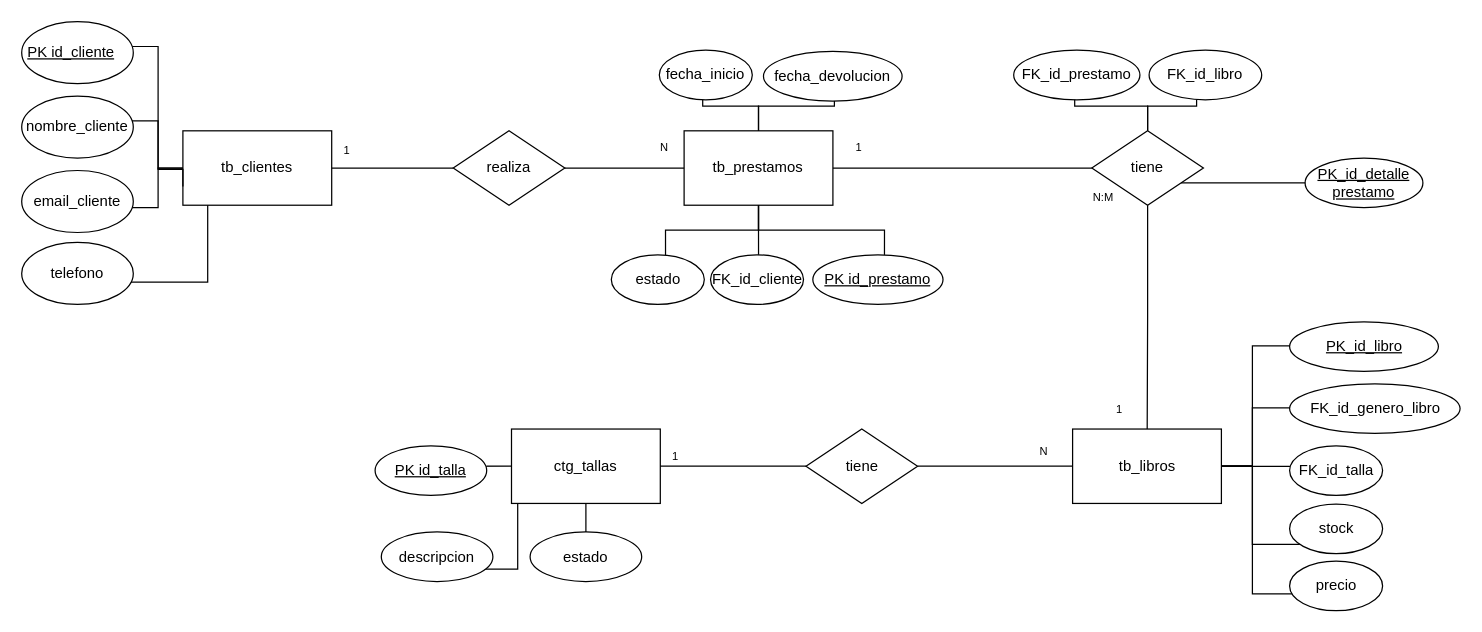
Before: PERFILES/PERFIL 3/libro_express.drawio in L3AC/DB_Will_MD1, a draw.io diagram. Source tidied: cells renumbered, new cells numbered last; positions are measured from the earlier drawing's top-left corner, leaving out a move shared by most shapes. Both pictures are drawn from the tidied source at 124%, with x=0, y=0 at pixel (21, 21).
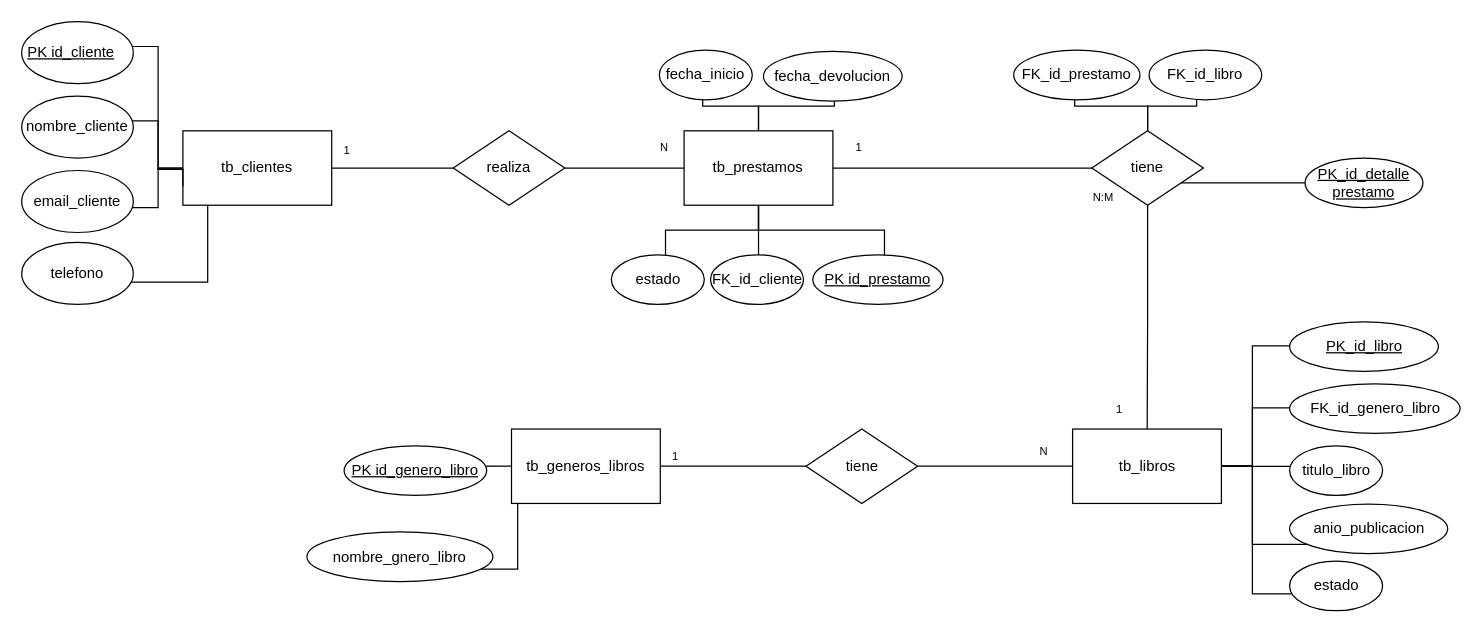
After the change.

What changed in the source:
```diff
@@
-    <mxCell id="14" value="ctg_tallas" style="rounded=0;whiteSpace=wrap;html=1;" parent="1" vertex="1">
+    <mxCell id="14" value="tb_generos_libros" style="rounded=0;whiteSpace=wrap;html=1;" parent="1" vertex="1">
       <mxGeometry x="395" y="328.5" width="120" height="60" as="geometry" />
     </mxCell>
@@
-    <mxCell id="30" style="edgeStyle=orthogonalEdgeStyle;rounded=0;jettySize=auto;html=1;entryX=0.5;entryY=0.75;entryDx=0;entryDy=0;entryPerimeter=0;" parent="1" edge="1" source="14" target="48">
-      <mxGeometry relative="1" as="geometry" />
-    </mxCell>
@@
-    <mxCell id="42" value="stock" style="ellipse;whiteSpace=wrap;html=1;" parent="1" vertex="1">
-      <mxGeometry x="1022.5" y="389" width="75" height="40" as="geometry" />
+    <mxCell id="42" value="anio_publicacion" style="ellipse;whiteSpace=wrap;html=1;" parent="1" vertex="1">
+      <mxGeometry x="1022.5" y="389" width="127.5" height="40" as="geometry" />
     </mxCell>
-    <mxCell id="43" value="precio" style="ellipse;whiteSpace=wrap;html=1;" parent="1" vertex="1">
+    <mxCell id="43" value="estado" style="ellipse;whiteSpace=wrap;html=1;" parent="1" vertex="1">
       <mxGeometry x="1022.5" y="435" width="75" height="40" as="geometry" />
     </mxCell>
@@
-    <mxCell id="45" value="FK_id_talla" style="ellipse;whiteSpace=wrap;html=1;" parent="1" vertex="1">
+    <mxCell id="45" value="titulo_libro" style="ellipse;whiteSpace=wrap;html=1;" parent="1" vertex="1">
       <mxGeometry x="1022.5" y="342" width="75" height="40" as="geometry" />
     </mxCell>
-    <mxCell id="46" value="&lt;u&gt;PK id_talla&lt;/u&gt;" style="ellipse;whiteSpace=wrap;html=1;" parent="1" vertex="1">
-      <mxGeometry x="285" y="342" width="90" height="40" as="geometry" />
+    <mxCell id="46" value="&lt;u&gt;PK id_genero_libro&lt;/u&gt;" style="ellipse;whiteSpace=wrap;html=1;" parent="1" vertex="1">
+      <mxGeometry x="260" y="342" width="115" height="40" as="geometry" />
     </mxCell>
-    <mxCell id="47" value="descripcion" style="ellipse;whiteSpace=wrap;html=1;" parent="1" vertex="1">
-      <mxGeometry x="290" y="411.5" width="90" height="40" as="geometry" />
+    <mxCell id="47" value="nombre_gnero_libro" style="ellipse;whiteSpace=wrap;html=1;" parent="1" vertex="1">
+      <mxGeometry x="230" y="411.5" width="150" height="40" as="geometry" />
     </mxCell>
-    <mxCell id="48" value="estado" style="ellipse;whiteSpace=wrap;html=1;" parent="1" vertex="1">
-      <mxGeometry x="410" y="411.5" width="90" height="40" as="geometry" />
-    </mxCell>
```
